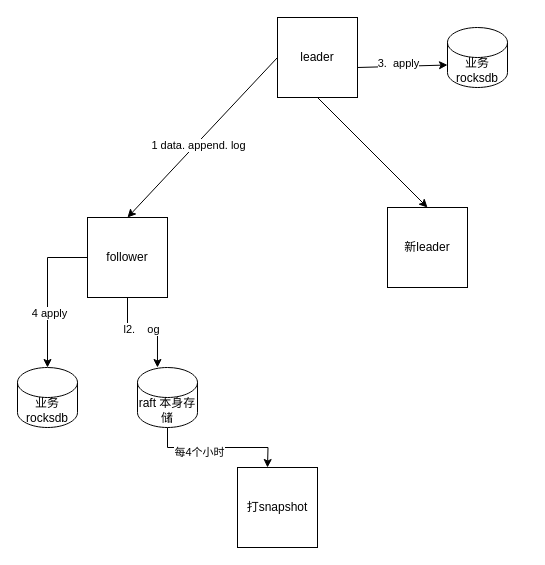
Above: 未命名绘图.drawio in jackjoesh/databend (draw.io), before the change. Source tidied: cells renumbered, new cells numbered last; positions are measured from the earlier drawing's top-left corner, leaving out a move shared by most shapes. Both pictures are drawn from the tidied source at 100%, with x=0, y=0 at pixel (17, 17).
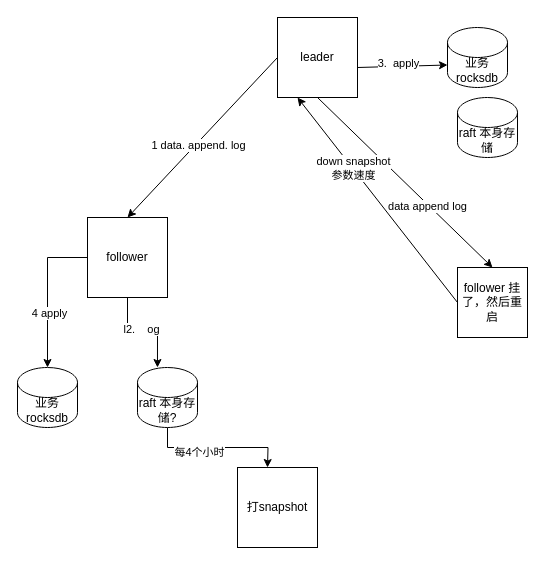
Above is the later version.

Commit message (it also covers changes not shown here):
更新未命名绘图.drawio

Unchanged cells that the change refers to:
```xml
<mxCell id="2" value="leader" style="whiteSpace=wrap;html=1;" parent="1" vertex="1">
  <mxGeometry x="260" width="80" height="80" as="geometry" />
</mxCell>
<mxCell id="10" style="endArrow=classic;html=1;rounded=0;exitX=0.5;exitY=1;exitDx=0;exitDy=0;entryX=0.5;entryY=0;entryDx=0;entryDy=0;" parent="1" edge="1" source="2" target="9">
  <mxGeometry relative="1" as="geometry" />
</mxCell>
```

What changed in the source:
```diff
@@
-    <mxCell id="9" value="新leader" style="whiteSpace=wrap;html=1;" parent="1" vertex="1">
-      <mxGeometry x="370" y="190" width="80" height="80" as="geometry" />
+    <mxCell id="9" value="follower 挂了，然后重启" style="whiteSpace=wrap;html=1;" parent="1" vertex="1">
+      <mxGeometry x="440" y="250" width="70" height="70" as="geometry" />
     </mxCell>
@@
+    <mxCell id="20" value="data append log" style="edgeLabel;html=1;align=center;verticalAlign=middle;" parent="10" vertex="1">
+      <mxGeometry x="0.26" y="-1" relative="1" as="geometry" />
+    </mxCell>
@@
-    <mxCell id="14" value="raft 本身存储" style="shape=cylinder3;whiteSpace=wrap;html=1;boundedLbl=1;backgroundOutline=1;size=15;" parent="1" vertex="1">
+    <mxCell id="14" value="raft 本身存储?" style="shape=cylinder3;whiteSpace=wrap;html=1;boundedLbl=1;backgroundOutline=1;size=15;" parent="1" vertex="1">
       <mxGeometry x="120" y="350" width="60" height="60" as="geometry" />
     </mxCell>
@@
+    <mxCell id="21" style="endArrow=classic;html=1;rounded=0;entryX=0.25;entryY=1;entryDx=0;entryDy=0;exitX=0;exitY=0.5;exitDx=0;exitDy=0;" parent="1" edge="1" source="9" target="2">
+      <mxGeometry relative="1" as="geometry" />
+    </mxCell>
+    <mxCell id="22" value="down snapshot&lt;br&gt;参数速度" style="edgeLabel;html=1;align=center;verticalAlign=middle;" parent="21" vertex="1">
+      <mxGeometry x="0.31" relative="1" as="geometry" />
+    </mxCell>
+    <mxCell id="23" value="raft 本身存储" style="shape=cylinder3;whiteSpace=wrap;html=1;boundedLbl=1;backgroundOutline=1;size=15;" parent="1" vertex="1">
+      <mxGeometry x="440" y="80" width="60" height="60" as="geometry" />
+    </mxCell>
```
